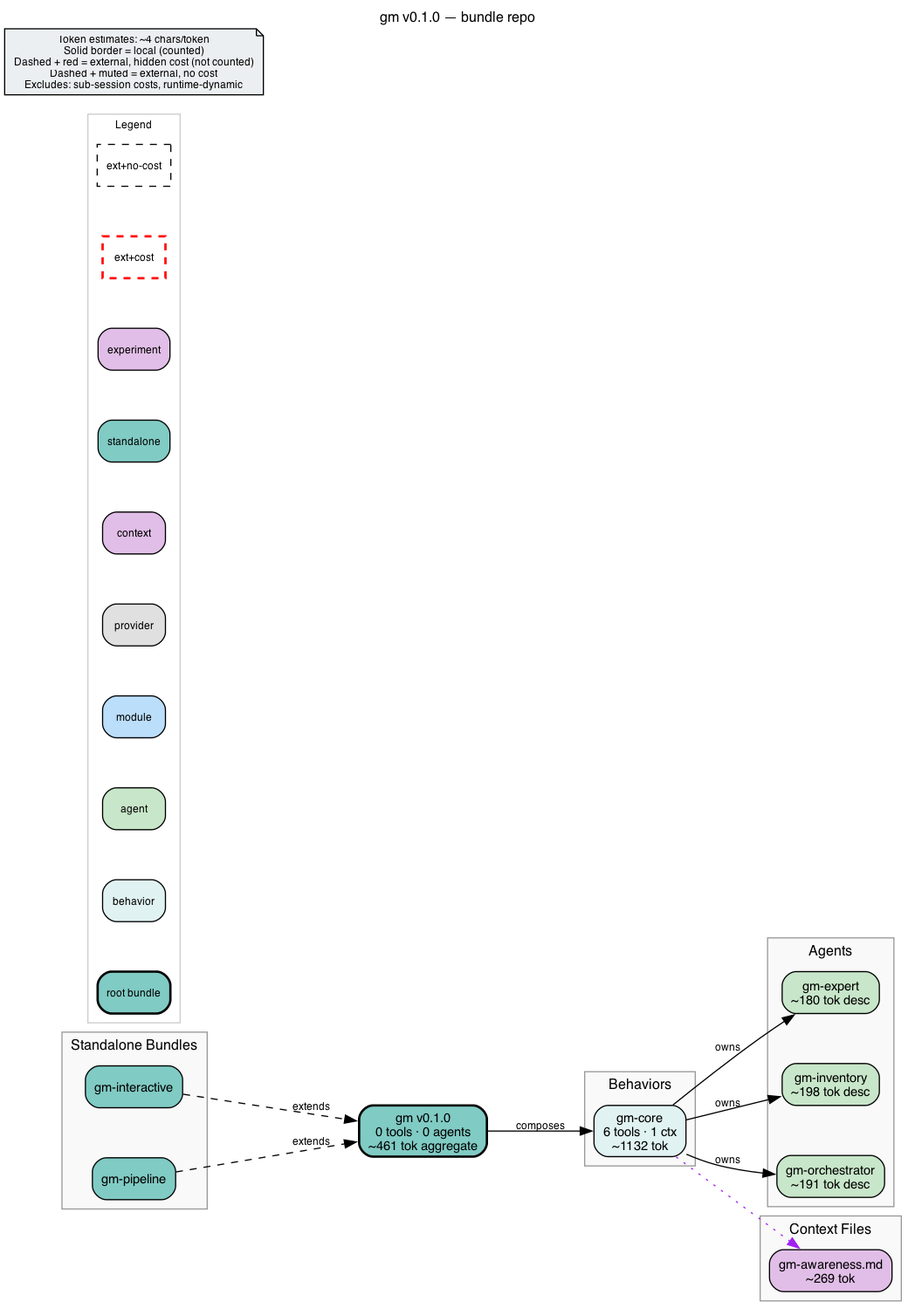
The Graphviz diagram bundle.png in michaeljabbour/amplifier-bundle-genemigration, before a commit. Its source is kept beside it as bundle.dot. Source of this version:
```dot
digraph gm {
    rankdir=LR
    fontname="Helvetica"
    fontsize=12
    label="gm v0.1.0 — bundle repo"
    labelloc=t
    labeljust=c
    nodesep=0.6
    ranksep=0.7
    bgcolor="white"
    source_hash="00316172e3128f562a8406c6c2d8de10741d0b54d2642130eafbf73577d7909c"

    node [fontname="Helvetica", fontsize=11, style="filled,rounded"]
    edge [fontname="Helvetica", fontsize=9]

    root_gm [label="gm v0.1.0\n0 tools · 0 agents\n~461 tok aggregate", shape=box, fillcolor="#80cbc4", style="filled,rounded,bold", penwidth=2]

    subgraph cluster_behaviors {
        label="Behaviors"
        style="filled"
        fillcolor="#f9f9f9"
        color="#999999"

        beh_gm_core [label="gm-core\n6 tools · 1 ctx\n~1132 tok", shape=box, fillcolor="#e0f2f1", style="filled,rounded"]
    }

    subgraph cluster_standalones {
        label="Standalone Bundles"
        style="filled"
        fillcolor="#f9f9f9"
        color="#999999"

        sta_gm_interactive [label="gm-interactive", shape=box, fillcolor="#80cbc4", style="filled,rounded"]
        sta_gm_pipeline [label="gm-pipeline", shape=box, fillcolor="#80cbc4", style="filled,rounded"]
    }

    subgraph cluster_agents {
        label="Agents"
        style="filled"
        fillcolor="#f9f9f9"
        color="#999999"

        agt_gm_expert [label="gm-expert\n~180 tok desc", shape=box, fillcolor="#c8e6c9", style="filled,rounded"]
        agt_gm_inventory [label="gm-inventory\n~198 tok desc", shape=box, fillcolor="#c8e6c9", style="filled,rounded"]
        agt_gm_orchestrator [label="gm-orchestrator\n~191 tok desc", shape=box, fillcolor="#c8e6c9", style="filled,rounded"]
    }

    subgraph cluster_context {
        label="Context Files"
        style="filled"
        fillcolor="#f9f9f9"
        color="#999999"

        ctx_gm_awareness_md [label="gm-awareness.md\n~269 tok", shape=box, fillcolor="#e1bee7", style="filled,rounded"]
    }

    subgraph cluster_legend {
        label="Legend"
        style="filled"
        fillcolor="white"
        color="#cccccc"
        fontsize=9

        leg_root [label="root bundle", shape=box, fillcolor="#80cbc4", style="filled,rounded,bold", fontsize=9]
        leg_behavior [label="behavior", shape=box, fillcolor="#e0f2f1", style="filled,rounded", fontsize=9]
        leg_agent [label="agent", shape=box, fillcolor="#c8e6c9", style="filled,rounded", fontsize=9]
        leg_module [label="module", shape=box, fillcolor="#bbdefb", style="filled,rounded", fontsize=9]
        leg_provider [label="provider", shape=box, fillcolor="#e0e0e0", style="filled,rounded", fontsize=9]
        leg_context [label="context", shape=box, fillcolor="#e1bee7", style="filled,rounded", fontsize=9]
        leg_standalone [label="standalone", shape=box, fillcolor="#80cbc4", style="filled,rounded", fontsize=9]
        leg_experiment [label="experiment", shape=box, fillcolor="#e1bee7", style="filled,rounded", fontsize=9]
        leg_ext_cost [label="ext+cost", shape=box, fillcolor="#80cbc4", style="dashed", color="red", penwidth=2, fontsize=9]
        leg_ext_muted [label="ext+no-cost", shape=box, fillcolor="#f5f5f5", style="dashed", fontsize=9]
    }

    disclaimer [label="Token estimates: ~4 chars/token\nSolid border = local (counted)\nDashed + red = external, hidden cost (not counted)\nDashed + muted = external, no cost\nExcludes: sub-session costs, runtime-dynamic", shape=note, fillcolor="#eceff1", style="filled", fontsize=9]


    root_gm -> beh_gm_core [label="composes"]
    beh_gm_core -> agt_gm_inventory [label="owns"]
    beh_gm_core -> agt_gm_orchestrator [label="owns"]
    beh_gm_core -> agt_gm_expert [label="owns"]
    beh_gm_core -> ctx_gm_awareness_md [style=dotted, color=purple]
    sta_gm_interactive -> root_gm [label="extends", style=dashed]
    sta_gm_pipeline -> root_gm [label="extends", style=dashed]
}
```
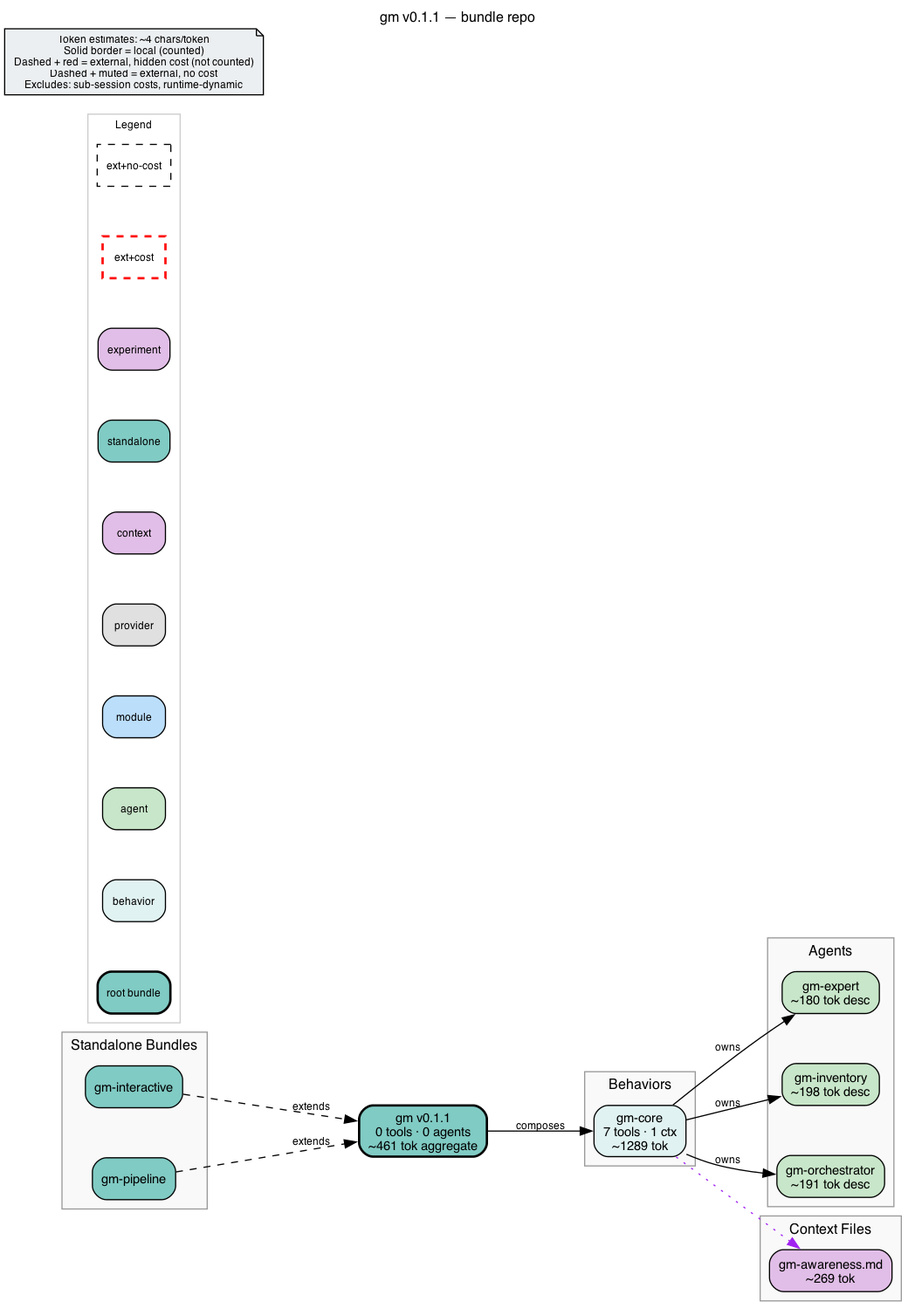
After the change.

Commit message:
fix: durable sessions — compose hooks-logging in the core behavior

Diff of the diagram source:
```diff
@@ -2,18 +2,18 @@
     rankdir=LR
     fontname="Helvetica"
     fontsize=12
-    label="gm v0.1.0 — bundle repo"
+    label="gm v0.1.1 — bundle repo"
     labelloc=t
     labeljust=c
     nodesep=0.6
     ranksep=0.7
     bgcolor="white"
-    source_hash="00316172e3128f562a8406c6c2d8de10741d0b54d2642130eafbf73577d7909c"
+    source_hash="336a1b3feedbb727d8585da81ce818eccd7e01a5e03d2670f15b2dcfe0630792"
 
     node [fontname="Helvetica", fontsize=11, style="filled,rounded"]
     edge [fontname="Helvetica", fontsize=9]
 
-    root_gm [label="gm v0.1.0\n0 tools · 0 agents\n~461 tok aggregate", shape=box, fillcolor="#80cbc4", style="filled,rounded,bold", penwidth=2]
+    root_gm [label="gm v0.1.1\n0 tools · 0 agents\n~461 tok aggregate", shape=box, fillcolor="#80cbc4", style="filled,rounded,bold", penwidth=2]
 
     subgraph cluster_behaviors {
         label="Behaviors"
@@ -21,7 +21,7 @@
         fillcolor="#f9f9f9"
         color="#999999"
 
-        beh_gm_core [label="gm-core\n6 tools · 1 ctx\n~1132 tok", shape=box, fillcolor="#e0f2f1", style="filled,rounded"]
+        beh_gm_core [label="gm-core\n7 tools · 1 ctx\n~1289 tok", shape=box, fillcolor="#e0f2f1", style="filled,rounded"]
     }
 
     subgraph cluster_standalones {
```
